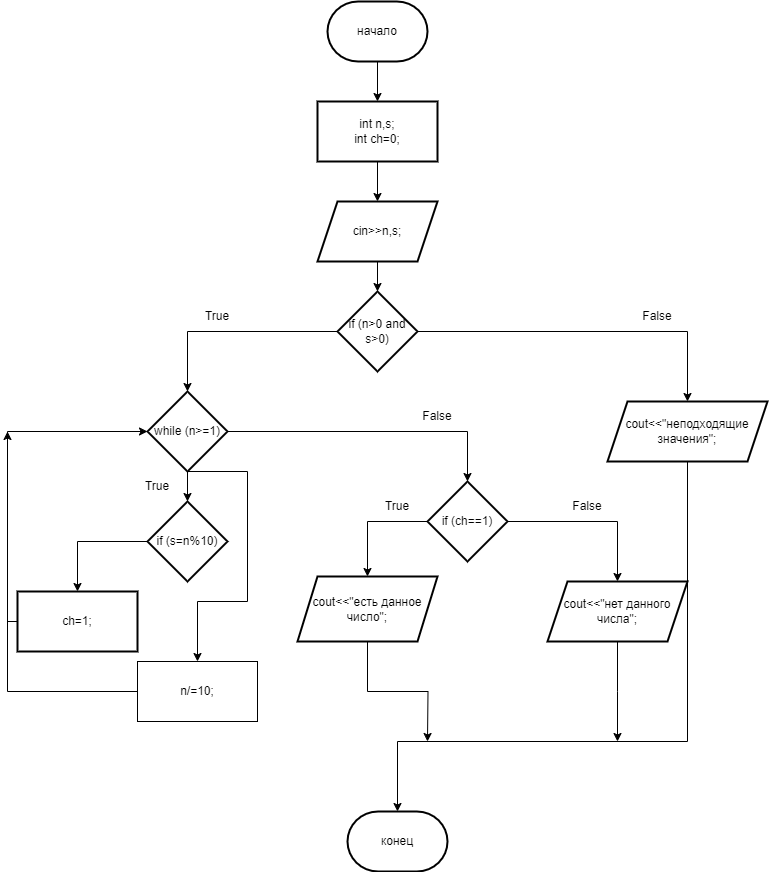
This is 2_15.drawio.png from ksinph/PSTU_LABS_2023, a draw.io export, as it was before one commit. Source tidied: cells renumbered, new cells last; positions are measured from the earlier drawing's top-left corner, leaving out a move shared by most shapes. Its diagram source:
```xml
<mxGraphModel>
  <root>
    <mxCell id="0" />
    <mxCell id="1" parent="0" />
    <mxCell id="2" style="edgeStyle=orthogonalEdgeStyle;rounded=0;jettySize=auto;html=1;" parent="1" edge="1" source="3" target="5">
      <mxGeometry relative="1" as="geometry" />
    </mxCell>
    <mxCell id="3" value="начало" style="strokeWidth=2;html=1;shape=mxgraph.flowchart.terminator;whiteSpace=wrap;" parent="1" vertex="1">
      <mxGeometry x="320" width="100" height="60" as="geometry" />
    </mxCell>
    <mxCell id="4" style="edgeStyle=orthogonalEdgeStyle;rounded=0;jettySize=auto;html=1;" parent="1" edge="1" source="5" target="7">
      <mxGeometry relative="1" as="geometry" />
    </mxCell>
    <mxCell id="5" value="int n,s;&lt;br&gt;int ch=0;" style="whiteSpace=wrap;html=1;strokeWidth=2;" parent="1" vertex="1">
      <mxGeometry x="310" y="100" width="120" height="60" as="geometry" />
    </mxCell>
    <mxCell id="6" style="edgeStyle=orthogonalEdgeStyle;rounded=0;jettySize=auto;html=1;" parent="1" edge="1" source="7" target="10">
      <mxGeometry relative="1" as="geometry" />
    </mxCell>
    <mxCell id="7" value="cin&amp;gt;&amp;gt;n,s;" style="shape=parallelogram;perimeter=parallelogramPerimeter;whiteSpace=wrap;html=1;fixedSize=1;strokeWidth=2;" parent="1" vertex="1">
      <mxGeometry x="310" y="200" width="120" height="60" as="geometry" />
    </mxCell>
    <mxCell id="8" style="edgeStyle=orthogonalEdgeStyle;rounded=0;jettySize=auto;html=1;" parent="1" edge="1" source="10" target="14">
      <mxGeometry relative="1" as="geometry" />
    </mxCell>
    <mxCell id="9" style="edgeStyle=orthogonalEdgeStyle;rounded=0;jettySize=auto;html=1;" parent="1" edge="1" source="10" target="28">
      <mxGeometry relative="1" as="geometry" />
    </mxCell>
    <mxCell id="10" value="if (n&amp;gt;0 and s&amp;gt;0)" style="rhombus;whiteSpace=wrap;html=1;strokeWidth=2;" parent="1" vertex="1">
      <mxGeometry x="330" y="290" width="80" height="80" as="geometry" />
    </mxCell>
    <mxCell id="11" style="edgeStyle=orthogonalEdgeStyle;rounded=0;jettySize=auto;html=1;" parent="1" edge="1" source="14" target="16">
      <mxGeometry relative="1" as="geometry" />
    </mxCell>
    <mxCell id="12" style="edgeStyle=orthogonalEdgeStyle;rounded=0;jettySize=auto;html=1;exitX=0.5;exitY=1;exitDx=0;exitDy=0;entryX=0.5;entryY=0;entryDx=0;entryDy=0;" parent="1" edge="1" source="14" target="20">
      <mxGeometry relative="1" as="geometry">
        <Array as="points">
          <mxPoint x="240" y="470" />
          <mxPoint x="240" y="600" />
          <mxPoint x="190" y="600" />
        </Array>
      </mxGeometry>
    </mxCell>
    <mxCell id="13" style="edgeStyle=orthogonalEdgeStyle;rounded=0;jettySize=auto;html=1;" parent="1" edge="1" source="14" target="23">
      <mxGeometry relative="1" as="geometry" />
    </mxCell>
    <mxCell id="14" value="while (n&amp;gt;=1)" style="rhombus;whiteSpace=wrap;html=1;strokeWidth=2;" parent="1" vertex="1">
      <mxGeometry x="140" y="390" width="80" height="80" as="geometry" />
    </mxCell>
    <mxCell id="15" style="edgeStyle=orthogonalEdgeStyle;rounded=0;jettySize=auto;html=1;" parent="1" edge="1" source="16" target="18">
      <mxGeometry relative="1" as="geometry" />
    </mxCell>
    <mxCell id="16" value="if (s=n%10)" style="rhombus;whiteSpace=wrap;html=1;strokeWidth=2;" parent="1" vertex="1">
      <mxGeometry x="140" y="500" width="80" height="80" as="geometry" />
    </mxCell>
    <mxCell id="17" style="edgeStyle=orthogonalEdgeStyle;rounded=0;jettySize=auto;html=1;exitX=0;exitY=0.5;exitDx=0;exitDy=0;" parent="1" edge="1" source="18">
      <mxGeometry relative="1" as="geometry">
        <mxPoint y="430" as="targetPoint" />
        <Array as="points">
          <mxPoint y="620" />
        </Array>
      </mxGeometry>
    </mxCell>
    <mxCell id="18" value="ch=1;" style="whiteSpace=wrap;html=1;strokeWidth=2;" parent="1" vertex="1">
      <mxGeometry x="10" y="590" width="120" height="60" as="geometry" />
    </mxCell>
    <mxCell id="19" style="edgeStyle=orthogonalEdgeStyle;rounded=0;jettySize=auto;html=1;exitX=0;exitY=0.5;exitDx=0;exitDy=0;entryX=0;entryY=0.5;entryDx=0;entryDy=0;" parent="1" edge="1" source="20" target="14">
      <mxGeometry relative="1" as="geometry">
        <Array as="points">
          <mxPoint y="690" />
          <mxPoint y="430" />
        </Array>
      </mxGeometry>
    </mxCell>
    <mxCell id="20" value="n/=10;" style="rounded=0;whiteSpace=wrap;html=1;" parent="1" vertex="1">
      <mxGeometry x="130" y="660" width="120" height="60" as="geometry" />
    </mxCell>
    <mxCell id="21" style="edgeStyle=orthogonalEdgeStyle;rounded=0;jettySize=auto;html=1;" parent="1" edge="1" source="23" target="25">
      <mxGeometry relative="1" as="geometry">
        <Array as="points">
          <mxPoint x="360" y="520" />
        </Array>
      </mxGeometry>
    </mxCell>
    <mxCell id="22" style="edgeStyle=orthogonalEdgeStyle;rounded=0;jettySize=auto;html=1;" parent="1" edge="1" source="23" target="27">
      <mxGeometry relative="1" as="geometry" />
    </mxCell>
    <mxCell id="23" value="if (ch==1)" style="rhombus;whiteSpace=wrap;html=1;strokeWidth=2;" parent="1" vertex="1">
      <mxGeometry x="420" y="480" width="80" height="80" as="geometry" />
    </mxCell>
    <mxCell id="24" style="edgeStyle=orthogonalEdgeStyle;rounded=0;jettySize=auto;html=1;exitX=0.5;exitY=1;exitDx=0;exitDy=0;" parent="1" edge="1" source="25">
      <mxGeometry relative="1" as="geometry">
        <mxPoint x="420" y="740" as="targetPoint" />
      </mxGeometry>
    </mxCell>
    <mxCell id="25" value="cout&amp;lt;&amp;lt;&quot;есть данное число&quot;;" style="shape=parallelogram;perimeter=parallelogramPerimeter;whiteSpace=wrap;html=1;fixedSize=1;strokeWidth=2;" parent="1" vertex="1">
      <mxGeometry x="290" y="575" width="140" height="65" as="geometry" />
    </mxCell>
    <mxCell id="26" style="edgeStyle=orthogonalEdgeStyle;rounded=0;jettySize=auto;html=1;exitX=0.5;exitY=1;exitDx=0;exitDy=0;" parent="1" edge="1" source="27">
      <mxGeometry relative="1" as="geometry">
        <mxPoint x="610" y="740" as="targetPoint" />
      </mxGeometry>
    </mxCell>
    <mxCell id="27" value="cout&amp;lt;&amp;lt;&quot;нет данного числа&quot;;" style="shape=parallelogram;perimeter=parallelogramPerimeter;whiteSpace=wrap;html=1;fixedSize=1;strokeWidth=2;" parent="1" vertex="1">
      <mxGeometry x="540" y="580" width="140" height="60" as="geometry" />
    </mxCell>
    <mxCell id="28" value="cout&amp;lt;&amp;lt;&quot;неподходящие значения&quot;;" style="shape=parallelogram;perimeter=parallelogramPerimeter;whiteSpace=wrap;html=1;fixedSize=1;strokeWidth=2;" parent="1" vertex="1">
      <mxGeometry x="600" y="400" width="160" height="60" as="geometry" />
    </mxCell>
    <mxCell id="29" value="True" style="text;html=1;strokeColor=none;fillColor=none;align=center;verticalAlign=middle;whiteSpace=wrap;rounded=0;" parent="1" vertex="1">
      <mxGeometry x="180" y="300" width="60" height="30" as="geometry" />
    </mxCell>
    <mxCell id="30" value="False" style="text;html=1;strokeColor=none;fillColor=none;align=center;verticalAlign=middle;whiteSpace=wrap;rounded=0;" parent="1" vertex="1">
      <mxGeometry x="620" y="300" width="60" height="30" as="geometry" />
    </mxCell>
    <mxCell id="31" value="True" style="text;html=1;strokeColor=none;fillColor=none;align=center;verticalAlign=middle;whiteSpace=wrap;rounded=0;" parent="1" vertex="1">
      <mxGeometry x="360" y="490" width="60" height="30" as="geometry" />
    </mxCell>
    <mxCell id="32" value="False" style="text;html=1;strokeColor=none;fillColor=none;align=center;verticalAlign=middle;whiteSpace=wrap;rounded=0;" parent="1" vertex="1">
      <mxGeometry x="550" y="490" width="60" height="30" as="geometry" />
    </mxCell>
    <mxCell id="33" value="False" style="text;html=1;strokeColor=none;fillColor=none;align=center;verticalAlign=middle;whiteSpace=wrap;rounded=0;" parent="1" vertex="1">
      <mxGeometry x="400" y="400" width="60" height="30" as="geometry" />
    </mxCell>
    <mxCell id="34" value="True" style="text;html=1;strokeColor=none;fillColor=none;align=center;verticalAlign=middle;whiteSpace=wrap;rounded=0;" parent="1" vertex="1">
      <mxGeometry x="120" y="470" width="60" height="30" as="geometry" />
    </mxCell>
    <mxCell id="35" value="конец" style="strokeWidth=2;html=1;shape=mxgraph.flowchart.terminator;whiteSpace=wrap;" parent="1" vertex="1">
      <mxGeometry x="340" y="810" width="100" height="60" as="geometry" />
    </mxCell>
    <mxCell id="36" style="edgeStyle=orthogonalEdgeStyle;rounded=0;jettySize=auto;html=1;exitX=0.5;exitY=1;exitDx=0;exitDy=0;entryX=0.5;entryY=0;entryDx=0;entryDy=0;entryPerimeter=0;" parent="1" edge="1" source="28" target="35">
      <mxGeometry relative="1" as="geometry">
        <Array as="points">
          <mxPoint x="680" y="740" />
          <mxPoint x="390" y="740" />
        </Array>
      </mxGeometry>
    </mxCell>
  </root>
</mxGraphModel>
```
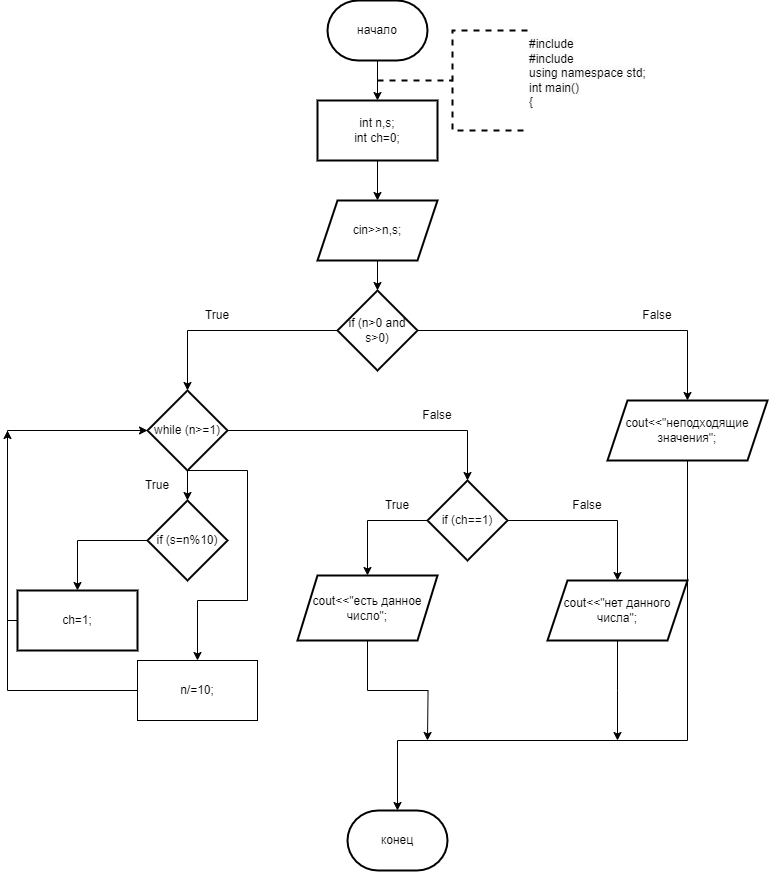
After the commit.

Change to the diagram source:
```diff
@@ -136,5 +136,8 @@
         </Array>
       </mxGeometry>
     </mxCell>
+    <mxCell id="37" value="&#10;&lt;span style=&quot;color: rgb(0, 0, 0); font-family: Helvetica; font-size: 12px; font-style: normal; font-variant-ligatures: normal; font-variant-caps: normal; font-weight: 400; letter-spacing: normal; orphans: 2; text-align: left; text-indent: 0px; text-transform: none; widows: 2; word-spacing: 0px; -webkit-text-stroke-width: 0px; background-color: rgb(251, 251, 251); text-decoration-thickness: initial; text-decoration-style: initial; text-decoration-color: initial; float: none; display: inline !important;&quot;&gt;#include&lt;/span&gt;&lt;br style=&quot;border-color: var(--border-color); color: rgb(0, 0, 0); font-family: Helvetica; font-size: 12px; font-style: normal; font-variant-ligatures: normal; font-variant-caps: normal; font-weight: 400; letter-spacing: normal; orphans: 2; text-align: left; text-indent: 0px; text-transform: none; widows: 2; word-spacing: 0px; -webkit-text-stroke-width: 0px; background-color: rgb(251, 251, 251); text-decoration-thickness: initial; text-decoration-style: initial; text-decoration-color: initial;&quot;&gt;&lt;span style=&quot;color: rgb(0, 0, 0); font-family: Helvetica; font-size: 12px; font-style: normal; font-variant-ligatures: normal; font-variant-caps: normal; font-weight: 400; letter-spacing: normal; orphans: 2; text-align: left; text-indent: 0px; text-transform: none; widows: 2; word-spacing: 0px; -webkit-text-stroke-width: 0px; background-color: rgb(251, 251, 251); text-decoration-thickness: initial; text-decoration-style: initial; text-decoration-color: initial; float: none; display: inline !important;&quot;&gt;#include&lt;/span&gt;&lt;br style=&quot;border-color: var(--border-color); color: rgb(0, 0, 0); font-family: Helvetica; font-size: 12px; font-style: normal; font-variant-ligatures: normal; font-variant-caps: normal; font-weight: 400; letter-spacing: normal; orphans: 2; text-align: left; text-indent: 0px; text-transform: none; widows: 2; word-spacing: 0px; -webkit-text-stroke-width: 0px; background-color: rgb(251, 251, 251); text-decoration-thickness: initial; text-decoration-style: initial; text-decoration-color: initial;&quot;&gt;&lt;span style=&quot;color: rgb(0, 0, 0); font-family: Helvetica; font-size: 12px; font-style: normal; font-variant-ligatures: normal; font-variant-caps: normal; font-weight: 400; letter-spacing: normal; orphans: 2; text-align: left; text-indent: 0px; text-transform: none; widows: 2; word-spacing: 0px; -webkit-text-stroke-width: 0px; background-color: rgb(251, 251, 251); text-decoration-thickness: initial; text-decoration-style: initial; text-decoration-color: initial; float: none; display: inline !important;&quot;&gt;using namespace std;&lt;/span&gt;&lt;br style=&quot;border-color: var(--border-color); color: rgb(0, 0, 0); font-family: Helvetica; font-size: 12px; font-style: normal; font-variant-ligatures: normal; font-variant-caps: normal; font-weight: 400; letter-spacing: normal; orphans: 2; text-align: left; text-indent: 0px; text-transform: none; widows: 2; word-spacing: 0px; -webkit-text-stroke-width: 0px; background-color: rgb(251, 251, 251); text-decoration-thickness: initial; text-decoration-style: initial; text-decoration-color: initial;&quot;&gt;&lt;span style=&quot;color: rgb(0, 0, 0); font-family: Helvetica; font-size: 12px; font-style: normal; font-variant-ligatures: normal; font-variant-caps: normal; font-weight: 400; letter-spacing: normal; orphans: 2; text-align: left; text-indent: 0px; text-transform: none; widows: 2; word-spacing: 0px; -webkit-text-stroke-width: 0px; background-color: rgb(251, 251, 251); text-decoration-thickness: initial; text-decoration-style: initial; text-decoration-color: initial; float: none; display: inline !important;&quot;&gt;int main()&lt;/span&gt;&lt;br style=&quot;border-color: var(--border-color); color: rgb(0, 0, 0); font-family: Helvetica; font-size: 12px; font-style: normal; font-variant-ligatures: normal; font-variant-caps: normal; font-weight: 400; letter-spacing: normal; orphans: 2; text-align: left; text-indent: 0px; text-transform: none; widows: 2; word-spacing: 0px; -webkit-text-stroke-width: 0px; background-color: rgb(251, 251, 251); text-decoration-thickness: initial; text-decoration-style: initial; text-decoration-color: initial;&quot;&gt;&lt;span style=&quot;color: rgb(0, 0, 0); font-family: Helvetica; font-size: 12px; font-style: normal; font-variant-ligatures: normal; font-variant-caps: normal; font-weight: 400; letter-spacing: normal; orphans: 2; text-align: left; text-indent: 0px; text-transform: none; widows: 2; word-spacing: 0px; -webkit-text-stroke-width: 0px; background-color: rgb(251, 251, 251); text-decoration-thickness: initial; text-decoration-style: initial; text-decoration-color: initial; float: none; display: inline !important;&quot;&gt;{&lt;/span&gt;&#10;&#10;" style="strokeWidth=2;html=1;shape=mxgraph.flowchart.annotation_2;align=left;labelPosition=right;dashed=1;" parent="1" vertex="1">
+      <mxGeometry x="370" y="30" width="150" height="100" as="geometry" />
+    </mxCell>
   </root>
 </mxGraphModel>
```
